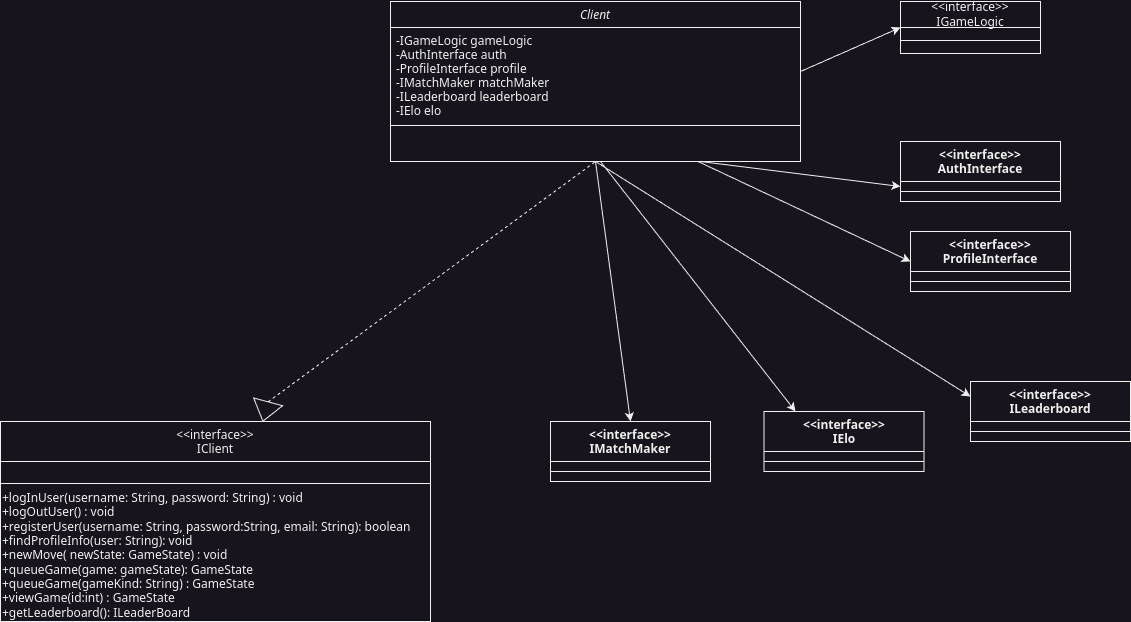
This is Networking-Diagrams/Client_classDiagram.png from aeMyst/Minigame-Portal, a draw.io export, as it was before one commit. Source tidied: cells renumbered, new cells last; positions are measured from the earlier drawing's top-left corner, leaving out a move shared by most shapes.
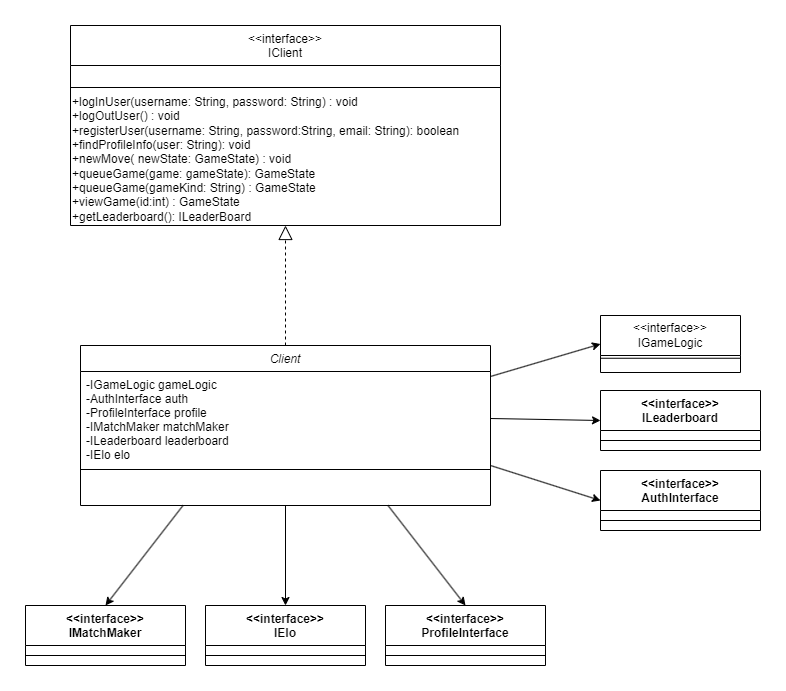
After the commit.

Change to the diagram source:
```diff
@@ -3,7 +3,7 @@
     <mxCell id="0" />
     <mxCell id="1" parent="0" />
     <mxCell id="2" value="Client" style="swimlane;fontStyle=2;align=center;verticalAlign=top;horizontal=1;startSize=26;rounded=0;shadow=0;strokeWidth=1;" parent="1" vertex="1">
-      <mxGeometry x="390" width="410" height="160" as="geometry" />
+      <mxGeometry x="451" y="410" width="410" height="160" as="geometry" />
     </mxCell>
     <mxCell id="3" value="-IGameLogic gameLogic&#10;-AuthInterface auth&#10;-ProfileInterface profile&#10;-IMatchMaker matchMaker&#10;-ILeaderboard leaderboard&#10;-IElo elo&#10;" style="text;align=left;verticalAlign=top;spacingLeft=4;spacingRight=4;overflow=hidden;points=[[0,0.5],[1,0.5]];portConstraint=eastwest;" parent="2" vertex="1">
       <mxGeometry y="26" width="410" height="94" as="geometry" />
@@ -12,7 +12,7 @@
       <mxGeometry y="120" width="410" height="8" as="geometry" />
     </mxCell>
     <mxCell id="5" value="&lt;&lt;interface&gt;&gt;&#10;IClient" style="swimlane;fontStyle=0;align=center;verticalAlign=top;horizontal=1;startSize=40;rounded=0;shadow=0;strokeWidth=1;" parent="1" vertex="1">
-      <mxGeometry y="420" width="430" height="200" as="geometry" />
+      <mxGeometry x="441" y="90" width="430" height="200" as="geometry" />
     </mxCell>
     <mxCell id="6" style="line;html=1;strokeWidth=1;align=left;verticalAlign=middle;spacingTop=-1;spacingLeft=3;spacingRight=3;labelPosition=right;" parent="5" vertex="1">
       <mxGeometry y="40" width="430" height="44" as="geometry" />
@@ -20,72 +20,62 @@
     <mxCell id="7" value="+logInUser(username: String, password: String) : void&lt;div&gt;+logOutUser() : void&lt;/div&gt;&lt;div&gt;+registerUser(username: String, password:String, email: String): boolean&lt;/div&gt;&lt;div&gt;+findProfileInfo(user: String): void&lt;/div&gt;&lt;div&gt;+newMove( newState: GameState) : void&lt;/div&gt;&lt;div&gt;+queueGame(game: gameState): GameState&lt;/div&gt;&lt;div&gt;+queueGame(gameKind: String) : GameState&lt;/div&gt;&lt;div&gt;+viewGame(id:int) : GameState&lt;/div&gt;&lt;div&gt;+getLeaderboard(): ILeaderBoard&lt;/div&gt;" style="text;html=1;align=left;verticalAlign=middle;whiteSpace=wrap;rounded=0;" parent="5" vertex="1">
       <mxGeometry y="84" width="430" height="100" as="geometry" />
     </mxCell>
-    <mxCell id="8" style="endArrow=none;dashed=1;html=1;rounded=0;exitX=0;exitY=0.5;exitDx=0;exitDy=0;entryX=0.5;entryY=1;entryDx=0;entryDy=0;" parent="1" edge="1" source="9" target="2">
-      <mxGeometry relative="1" as="geometry" />
-    </mxCell>
-    <mxCell id="9" style="triangle;whiteSpace=wrap;html=1;direction=south;rotation=15;" parent="1" vertex="1">
-      <mxGeometry x="250" y="400" width="30" height="20" as="geometry" />
-    </mxCell>
-    <mxCell id="10" value="&amp;lt;&amp;lt;interface&amp;gt;&amp;gt;&lt;div&gt;IGameLogic&lt;/div&gt;" style="swimlane;fontStyle=0;horizontal=1;startSize=26;fillColor=none;whiteSpace=wrap;html=1;" parent="1" vertex="1">
-      <mxGeometry x="900" width="140" height="52" as="geometry" />
+    <mxCell id="10" value="&amp;lt;&amp;lt;interface&amp;gt;&amp;gt;&lt;div&gt;IGameLogic&lt;/div&gt;" style="swimlane;fontStyle=0;horizontal=1;startSize=40;fillColor=none;whiteSpace=wrap;html=1;" parent="1" vertex="1">
+      <mxGeometry x="971" y="380" width="140" height="57" as="geometry" />
     </mxCell>
     <mxCell id="11" style="endArrow=none;html=1;rounded=0;entryX=1;entryY=0.75;entryDx=0;entryDy=0;exitX=0;exitY=0.75;exitDx=0;exitDy=0;" parent="1" edge="1" source="10" target="10">
       <mxGeometry relative="1" as="geometry" />
     </mxCell>
     <mxCell id="12" value="&amp;lt;&amp;lt;interface&amp;gt;&amp;gt;&lt;div&gt;AuthInterface&lt;/div&gt;" style="swimlane;fontStyle=1;align=center;verticalAlign=top;horizontal=1;startSize=40;whiteSpace=wrap;html=1;" parent="1" vertex="1">
-      <mxGeometry x="900" y="140" width="160" height="60" as="geometry" />
+      <mxGeometry x="971" y="535" width="160" height="60" as="geometry" />
     </mxCell>
     <mxCell id="13" style="line;strokeWidth=1;fillColor=none;align=left;verticalAlign=middle;spacingTop=-1;spacingLeft=3;spacingRight=3;labelPosition=right;strokeColor=inherit;" parent="12" vertex="1">
       <mxGeometry y="40" width="160" height="20" as="geometry" />
     </mxCell>
     <mxCell id="14" value="&amp;lt;&amp;lt;interface&amp;gt;&amp;gt;&lt;div&gt;ProfileInterface&lt;/div&gt;" style="swimlane;fontStyle=1;align=center;verticalAlign=top;horizontal=1;startSize=40;whiteSpace=wrap;html=1;" parent="1" vertex="1">
-      <mxGeometry x="910" y="230" width="160" height="60" as="geometry" />
+      <mxGeometry x="756" y="670" width="160" height="60" as="geometry" />
     </mxCell>
     <mxCell id="15" style="line;strokeWidth=1;fillColor=none;align=left;verticalAlign=middle;spacingTop=-1;spacingLeft=3;spacingRight=3;labelPosition=right;strokeColor=inherit;" parent="14" vertex="1">
       <mxGeometry y="40" width="160" height="20" as="geometry" />
     </mxCell>
     <mxCell id="16" value="&amp;lt;&amp;lt;interface&amp;gt;&amp;gt;&lt;div&gt;IMatchMaker&lt;/div&gt;" style="swimlane;fontStyle=1;align=center;verticalAlign=top;horizontal=1;startSize=40;whiteSpace=wrap;html=1;" parent="1" vertex="1">
-      <mxGeometry x="550" y="420" width="160" height="60" as="geometry" />
+      <mxGeometry x="396" y="670" width="160" height="60" as="geometry" />
     </mxCell>
     <mxCell id="17" style="line;strokeWidth=1;fillColor=none;align=left;verticalAlign=middle;spacingTop=-1;spacingLeft=3;spacingRight=3;labelPosition=right;strokeColor=inherit;" parent="16" vertex="1">
       <mxGeometry y="40" width="160" height="20" as="geometry" />
     </mxCell>
     <mxCell id="18" value="&amp;lt;&amp;lt;interface&amp;gt;&amp;gt;&lt;div&gt;ILeaderboard&lt;/div&gt;" style="swimlane;fontStyle=1;align=center;verticalAlign=top;horizontal=1;startSize=40;whiteSpace=wrap;html=1;" parent="1" vertex="1">
-      <mxGeometry x="970" y="380" width="160" height="60" as="geometry" />
+      <mxGeometry x="971" y="455" width="160" height="60" as="geometry" />
     </mxCell>
     <mxCell id="19" style="line;strokeWidth=1;fillColor=none;align=left;verticalAlign=middle;spacingTop=-1;spacingLeft=3;spacingRight=3;labelPosition=right;strokeColor=inherit;" parent="18" vertex="1">
       <mxGeometry y="40" width="160" height="20" as="geometry" />
     </mxCell>
     <mxCell id="20" value="&amp;lt;&amp;lt;interface&amp;gt;&amp;gt;&lt;div&gt;IElo&lt;/div&gt;" style="swimlane;fontStyle=1;align=center;verticalAlign=top;horizontal=1;startSize=40;whiteSpace=wrap;html=1;" parent="1" vertex="1">
-      <mxGeometry x="763.5" y="410" width="160" height="60" as="geometry" />
+      <mxGeometry x="576" y="670" width="160" height="60" as="geometry" />
     </mxCell>
     <mxCell id="21" style="line;strokeWidth=1;fillColor=none;align=left;verticalAlign=middle;spacingTop=-1;spacingLeft=3;spacingRight=3;labelPosition=right;strokeColor=inherit;" parent="20" vertex="1">
       <mxGeometry y="40" width="160" height="20" as="geometry" />
     </mxCell>
-    <mxCell id="22" style="endArrow=classic;html=1;rounded=0;entryX=0;entryY=0.5;entryDx=0;entryDy=0;" parent="1" edge="1" target="10">
-      <mxGeometry relative="1" as="geometry">
-        <mxPoint x="800" y="70" as="sourcePoint" />
-      </mxGeometry>
-    </mxCell>
-    <mxCell id="23" style="endArrow=classic;html=1;rounded=0;entryX=0;entryY=0.75;entryDx=0;entryDy=0;" parent="1" edge="1" target="12">
-      <mxGeometry relative="1" as="geometry">
-        <mxPoint x="700" y="160" as="sourcePoint" />
-      </mxGeometry>
-    </mxCell>
+    <mxCell id="26" style="endArrow=classic;html=1;rounded=0;exitX=0.25;exitY=1;exitDx=0;exitDy=0;entryX=0.5;entryY=0;entryDx=0;entryDy=0;" parent="1" edge="1" source="2" target="16">
+      <mxGeometry relative="1" as="geometry" />
+    </mxCell>
+    <mxCell id="28" style="endArrow=classic;html=1;rounded=0;entryX=0.5;entryY=0;entryDx=0;entryDy=0;exitX=0.5;exitY=1;exitDx=0;exitDy=0;" parent="1" edge="1" source="2" target="20">
+      <mxGeometry relative="1" as="geometry" />
+    </mxCell>
-    <mxCell id="24" style="endArrow=classic;html=1;rounded=0;entryX=0;entryY=0.5;entryDx=0;entryDy=0;exitX=0.75;exitY=1;exitDx=0;exitDy=0;" parent="1" edge="1" source="2" target="14">
+    <mxCell id="24" style="endArrow=classic;html=1;rounded=0;entryX=0.5;entryY=0;entryDx=0;entryDy=0;exitX=0.75;exitY=1;exitDx=0;exitDy=0;" parent="1" edge="1" source="2" target="14">
       <mxGeometry relative="1" as="geometry" />
     </mxCell>
-    <mxCell id="25" style="endArrow=classic;html=1;rounded=0;entryX=0.197;entryY=-0.037;entryDx=0;entryDy=0;entryPerimeter=0;" parent="1" edge="1">
-      <mxGeometry relative="1" as="geometry">
-        <mxPoint x="600" y="160" as="sourcePoint" />
-        <mxPoint x="795" y="410" as="targetPoint" />
-      </mxGeometry>
-    </mxCell>
-    <mxCell id="26" style="endArrow=classic;html=1;rounded=0;entryX=0.5;entryY=0;entryDx=0;entryDy=0;exitX=0.5;exitY=1;exitDx=0;exitDy=0;" parent="1" edge="1" source="2" target="16">
-      <mxGeometry relative="1" as="geometry" />
-    </mxCell>
-    <mxCell id="27" style="endArrow=classic;html=1;rounded=0;entryX=0;entryY=0.25;entryDx=0;entryDy=0;exitX=0.5;exitY=1;exitDx=0;exitDy=0;" parent="1" edge="1" source="2" target="18">
-      <mxGeometry relative="1" as="geometry" />
-    </mxCell>
+    <mxCell id="29" style="endArrow=classic;html=1;rounded=0;entryX=0;entryY=0.5;entryDx=0;entryDy=0;exitX=1;exitY=0.75;exitDx=0;exitDy=0;" parent="1" edge="1" source="2" target="12">
+      <mxGeometry relative="1" as="geometry" />
+    </mxCell>
+    <mxCell id="30" style="endArrow=classic;html=1;rounded=0;entryX=0;entryY=0.5;entryDx=0;entryDy=0;exitX=1;exitY=0.5;exitDx=0;exitDy=0;" parent="1" edge="1" source="3" target="18">
+      <mxGeometry relative="1" as="geometry" />
+    </mxCell>
+    <mxCell id="31" style="endArrow=classic;html=1;rounded=0;entryX=0;entryY=0.5;entryDx=0;entryDy=0;exitX=1;exitY=0.053;exitDx=0;exitDy=0;exitPerimeter=0;" parent="1" edge="1" source="3" target="10">
+      <mxGeometry relative="1" as="geometry" />
+    </mxCell>
+    <mxCell id="32" style="endArrow=block;dashed=1;endFill=0;endSize=12;html=1;rounded=0;exitX=0.5;exitY=0;exitDx=0;exitDy=0;entryX=0.5;entryY=1;entryDx=0;entryDy=0;" parent="1" edge="1" source="2" target="5">
+      <mxGeometry relative="1" as="geometry" />
+    </mxCell>
   </root>
 </mxGraphModel>
```
